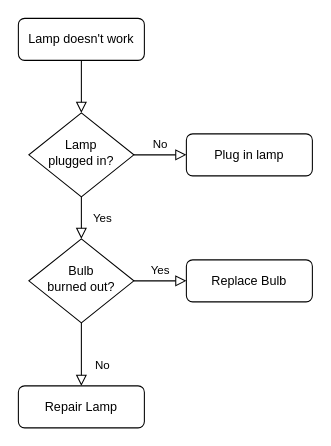
This is Untitled Diagram.drawio from interactivemath/High_Rank_Elliptic_Curves_Research, a draw.io file, before an edit. Source tidied: cells renumbered, new cells numbered last; positions are measured from the earlier drawing's top-left corner, leaving out a move shared by most shapes. Both pictures are drawn from the tidied source at 105%, with x=0, y=0 at pixel (18, 18).
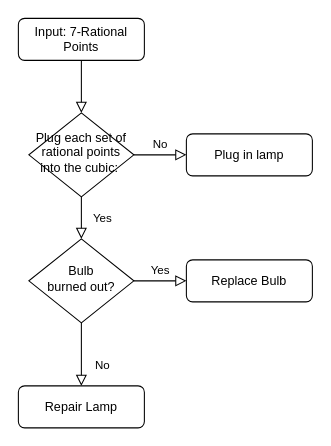
Above is the later version.

What changed in the source:
```diff
@@
 <mxGraphModel>
   <root>
     <mxCell id="0" />
     <mxCell id="1" parent="0" />
     <mxCell id="2" style="rounded=0;html=1;jettySize=auto;fontSize=11;endArrow=block;endFill=0;endSize=8;strokeWidth=1;shadow=0;labelBackgroundColor=none;edgeStyle=orthogonalEdgeStyle;" parent="1" edge="1" source="3" target="6">
       <mxGeometry relative="1" as="geometry" />
     </mxCell>
-    <mxCell id="3" value="Lamp doesn't work" style="rounded=1;whiteSpace=wrap;html=1;fontSize=12;glass=0;strokeWidth=1;shadow=0;" parent="1" vertex="1">
+    <mxCell id="3" value="Input: 7-Rational Points" style="rounded=1;whiteSpace=wrap;html=1;fontSize=12;glass=0;strokeWidth=1;shadow=0;" parent="1" vertex="1">
       <mxGeometry width="120" height="40" as="geometry" />
     </mxCell>
     <mxCell id="4" value="Yes" style="rounded=0;html=1;jettySize=auto;fontSize=11;endArrow=block;endFill=0;endSize=8;strokeWidth=1;shadow=0;labelBackgroundColor=none;edgeStyle=orthogonalEdgeStyle;" parent="1" edge="1" source="6" target="10">
       <mxGeometry y="20" relative="1" as="geometry" />
     </mxCell>
     <mxCell id="5" value="No" style="edgeStyle=orthogonalEdgeStyle;rounded=0;html=1;jettySize=auto;fontSize=11;endArrow=block;endFill=0;endSize=8;strokeWidth=1;shadow=0;labelBackgroundColor=none;" parent="1" edge="1" source="6" target="7">
       <mxGeometry y="10" relative="1" as="geometry" />
     </mxCell>
-    <mxCell id="6" value="Lamp&lt;br&gt;plugged in?" style="rhombus;whiteSpace=wrap;html=1;shadow=0;fontFamily=Helvetica;fontSize=12;align=center;strokeWidth=1;spacing=6;spacingTop=-4;" parent="1" vertex="1">
+    <mxCell id="6" value="Plug each set of rational points into the cubic:&amp;nbsp;" style="rhombus;whiteSpace=wrap;html=1;shadow=0;fontFamily=Helvetica;fontSize=12;align=center;strokeWidth=1;spacing=6;spacingTop=-4;" parent="1" vertex="1">
       <mxGeometry x="10" y="90" width="100" height="80" as="geometry" />
     </mxCell>
     <mxCell id="7" value="Plug in lamp" style="rounded=1;whiteSpace=wrap;html=1;fontSize=12;glass=0;strokeWidth=1;shadow=0;" parent="1" vertex="1">
       <mxGeometry x="160" y="110" width="120" height="40" as="geometry" />
     </mxCell>
     <mxCell id="8" value="No" style="rounded=0;html=1;jettySize=auto;fontSize=11;endArrow=block;endFill=0;endSize=8;strokeWidth=1;shadow=0;labelBackgroundColor=none;edgeStyle=orthogonalEdgeStyle;" parent="1" edge="1" source="10" target="11">
       <mxGeometry x="0.33" y="20" relative="1" as="geometry" />
     </mxCell>
     <mxCell id="9" value="Yes" style="edgeStyle=orthogonalEdgeStyle;rounded=0;html=1;jettySize=auto;fontSize=11;endArrow=block;endFill=0;endSize=8;strokeWidth=1;shadow=0;labelBackgroundColor=none;" parent="1" edge="1" source="10" target="12">
       <mxGeometry y="10" relative="1" as="geometry" />
     </mxCell>
     <mxCell id="10" value="Bulb&lt;br&gt;burned out?" style="rhombus;whiteSpace=wrap;html=1;shadow=0;fontFamily=Helvetica;fontSize=12;align=center;strokeWidth=1;spacing=6;spacingTop=-4;" parent="1" vertex="1">
       <mxGeometry x="10" y="210" width="100" height="80" as="geometry" />
     </mxCell>
     <mxCell id="11" value="Repair Lamp" style="rounded=1;whiteSpace=wrap;html=1;fontSize=12;glass=0;strokeWidth=1;shadow=0;" parent="1" vertex="1">
       <mxGeometry y="350" width="120" height="40" as="geometry" />
     </mxCell>
     <mxCell id="12" value="Replace Bulb" style="rounded=1;whiteSpace=wrap;html=1;fontSize=12;glass=0;strokeWidth=1;shadow=0;" parent="1" vertex="1">
       <mxGeometry x="160" y="230" width="120" height="40" as="geometry" />
     </mxCell>
   </root>
 </mxGraphModel>
```
